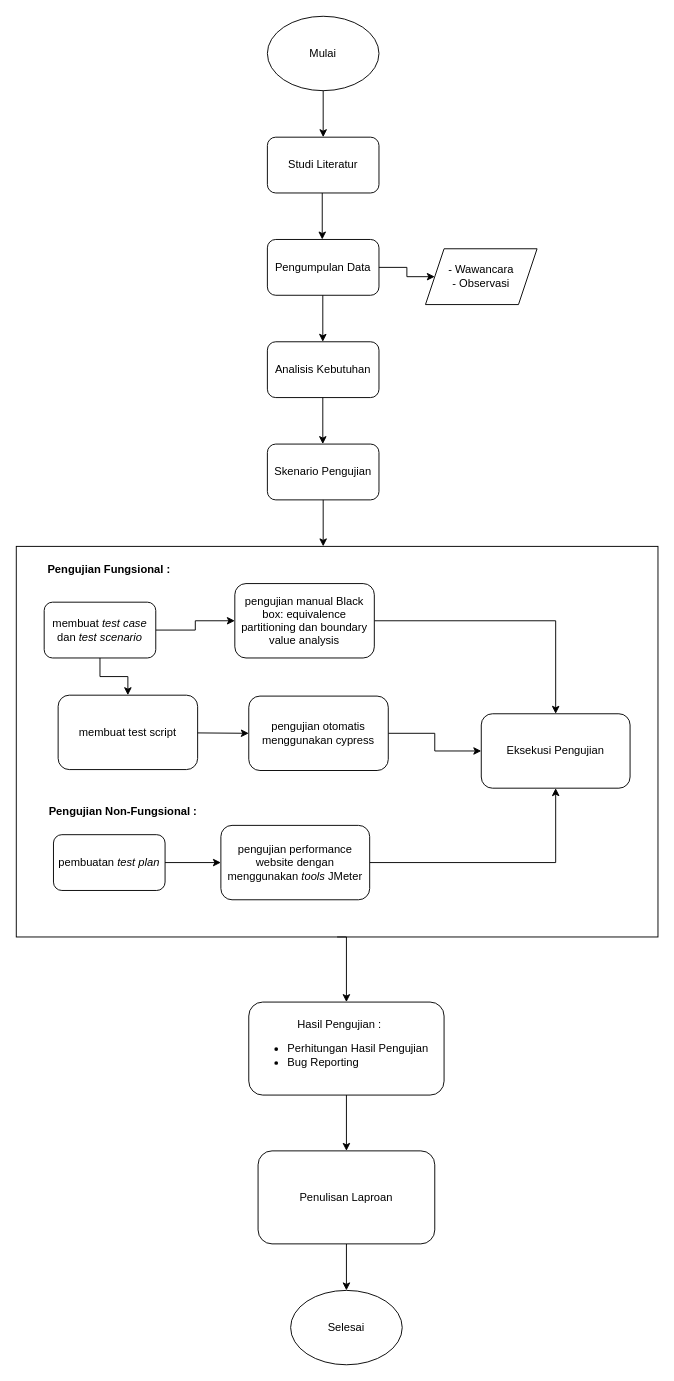
Before: Diagram Tanpa Judul.drawio in atoengg/enggmedsos.github.io, a draw.io diagram. Source tidied: cells renumbered, new cells numbered last; positions are measured from the earlier drawing's top-left corner, leaving out a move shared by most shapes. Both pictures are drawn from the tidied source at 93%, with x=0, y=0 at pixel (16, 16).
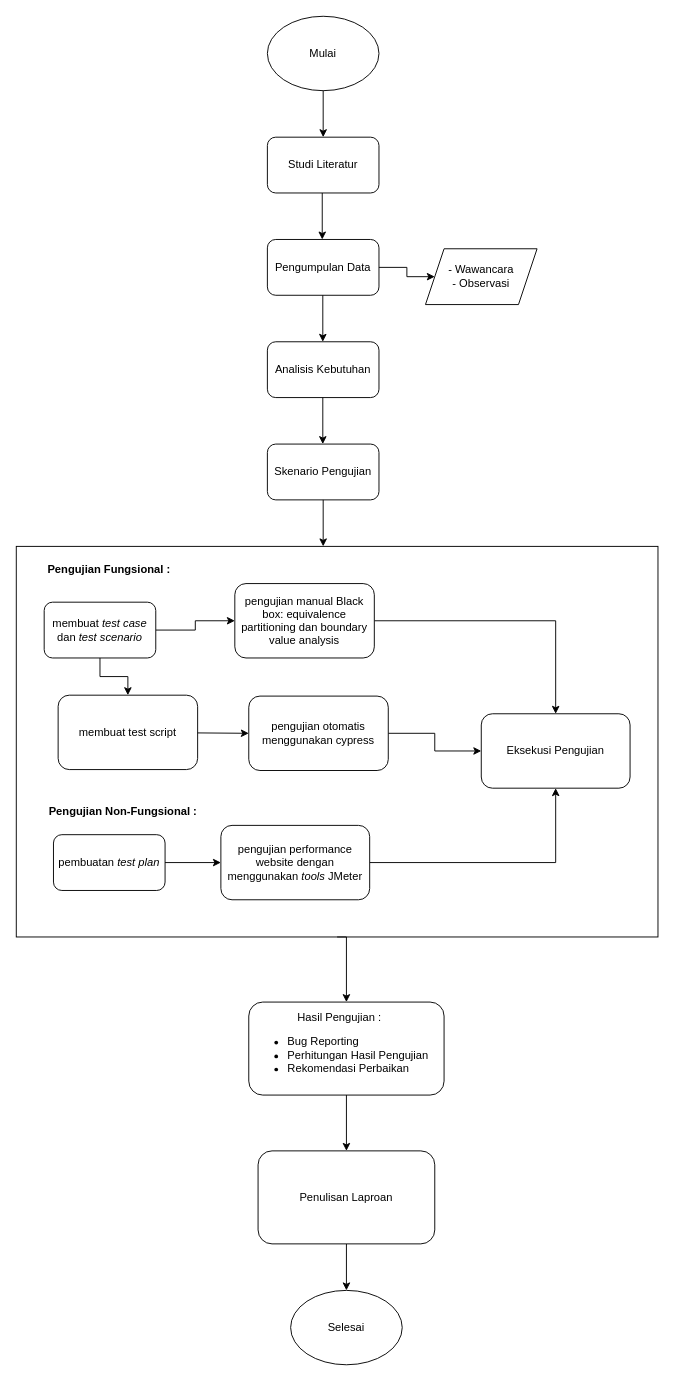
The same page after the edit.

Commit message:
Diagram Alur Penelitian - update

The edit, as a diff of the source:
```diff
@@
-    <mxCell id="32" value="&lt;div style=&quot;text-align: center;&quot;&gt;&lt;span style=&quot;background-color: initial;&quot;&gt;Hasil Pengujian :&lt;/span&gt;&lt;/div&gt;&lt;div&gt;&lt;ul&gt;&lt;li&gt;Perhitungan Hasil Pengujian&lt;/li&gt;&lt;li&gt;Bug Reporting&lt;/li&gt;&lt;/ul&gt;&lt;/div&gt;" style="rounded=1;whiteSpace=wrap;html=1;align=left;" parent="1" vertex="1">
+    <mxCell id="32" value="&lt;div style=&quot;text-align: center;&quot;&gt;&lt;span style=&quot;background-color: initial;&quot;&gt;Hasil Pengujian :&lt;/span&gt;&lt;/div&gt;&lt;div&gt;&lt;ul&gt;&lt;li&gt;Bug Reporting&lt;/li&gt;&lt;li&gt;Perhitungan Hasil Pengujian&lt;/li&gt;&lt;li&gt;Rekomendasi Perbaikan&lt;/li&gt;&lt;/ul&gt;&lt;/div&gt;" style="rounded=1;whiteSpace=wrap;html=1;align=left;" parent="1" vertex="1">
       <mxGeometry x="250" y="1060" width="210" height="100" as="geometry" />
     </mxCell>
```
